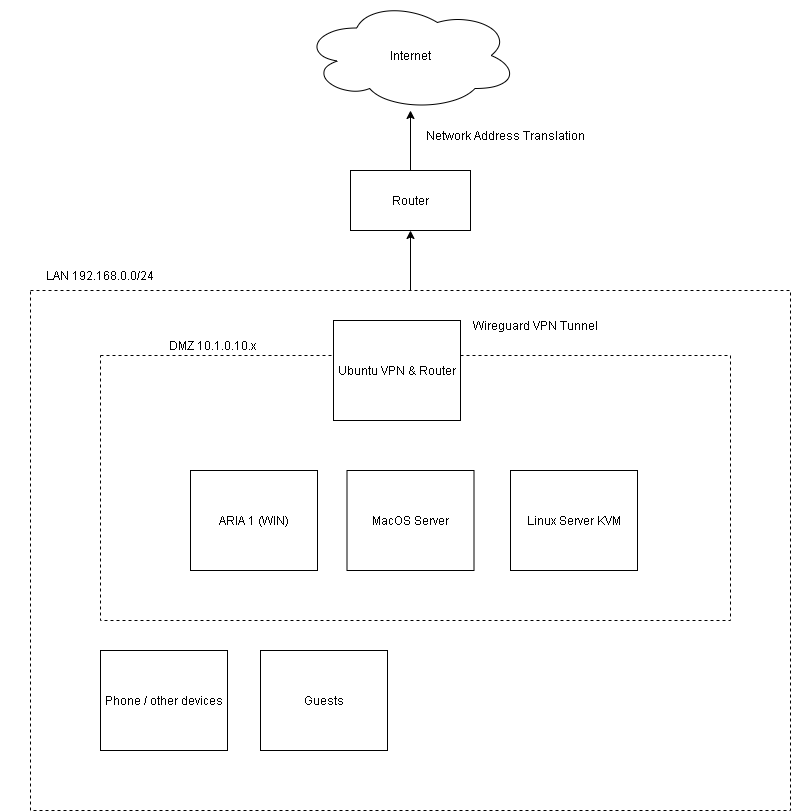
This is resources/topology.png from qtkite/homelab, a draw.io export, as it was before one commit. Source tidied: cells renumbered, new cells last; positions are measured from the earlier drawing's top-left corner, leaving out a move shared by most shapes.
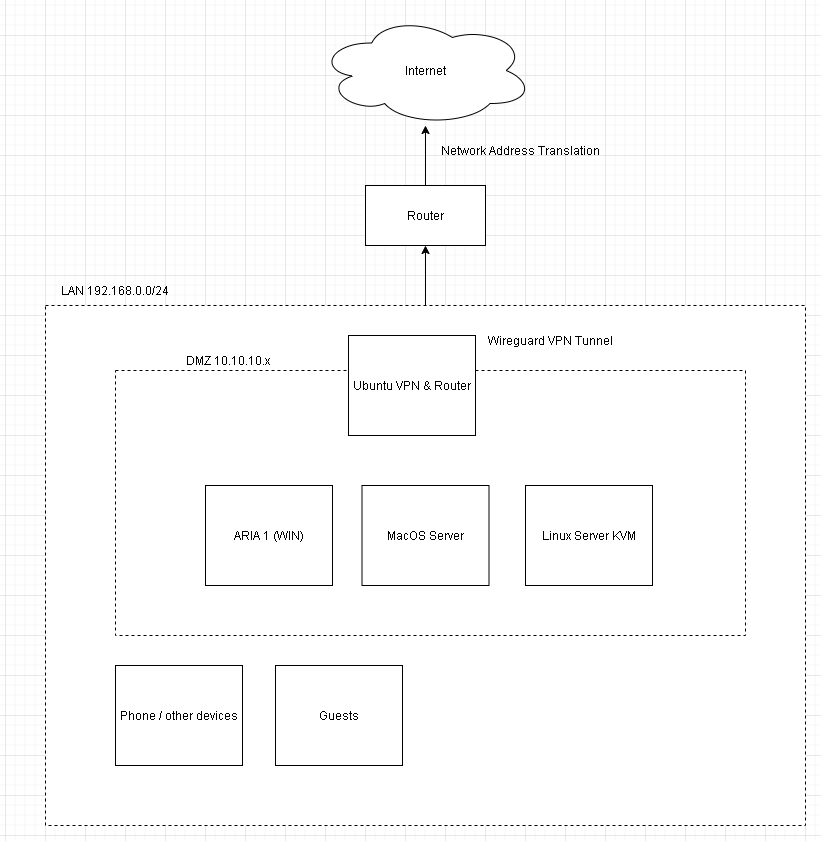
After the commit.

What changed in the source:
```diff
@@ -47,7 +47,7 @@
     <mxCell id="16" value="Guests" style="rounded=0;whiteSpace=wrap;html=1;" parent="1" vertex="1">
       <mxGeometry x="260" y="650" width="127" height="100" as="geometry" />
     </mxCell>
-    <mxCell id="17" value="DMZ 10.1.0.10.x" style="text;html=1;strokeColor=none;fillColor=none;align=center;verticalAlign=middle;whiteSpace=wrap;rounded=0;" parent="1" vertex="1">
+    <mxCell id="17" value="DMZ 10.10.10.x" style="text;html=1;strokeColor=none;fillColor=none;align=center;verticalAlign=middle;whiteSpace=wrap;rounded=0;" parent="1" vertex="1">
       <mxGeometry x="160" y="330" width="105" height="30" as="geometry" />
     </mxCell>
   </root>
```
